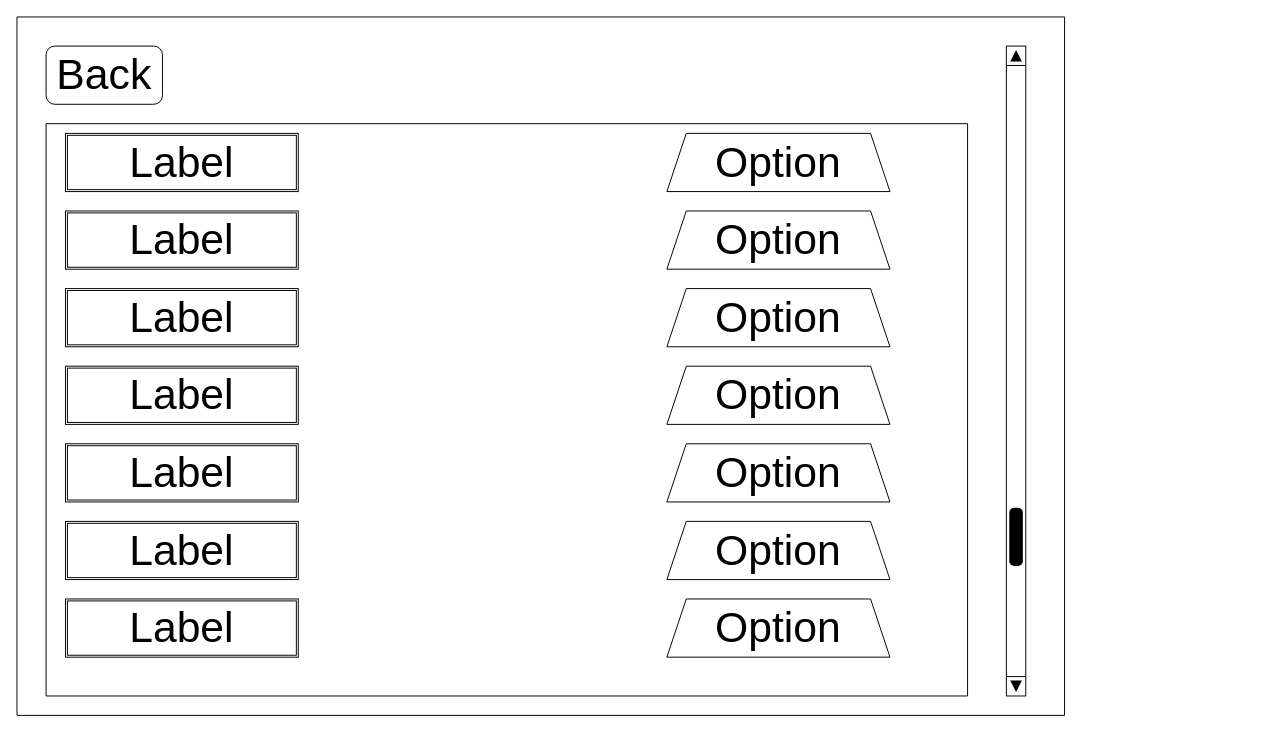
This is page "Accessibility Settings" (5 of 14) of Design/Project.drawio from PawekPL/Atlas-of-Dreams, a draw.io file, before an edit. Source tidied: cells renumbered, new cells numbered last; positions are measured from the earlier drawing's top-left corner, leaving out a move shared by most shapes. Both pictures are drawn from the tidied source at 97%, with x=0, y=0 at pixel (16, 16).
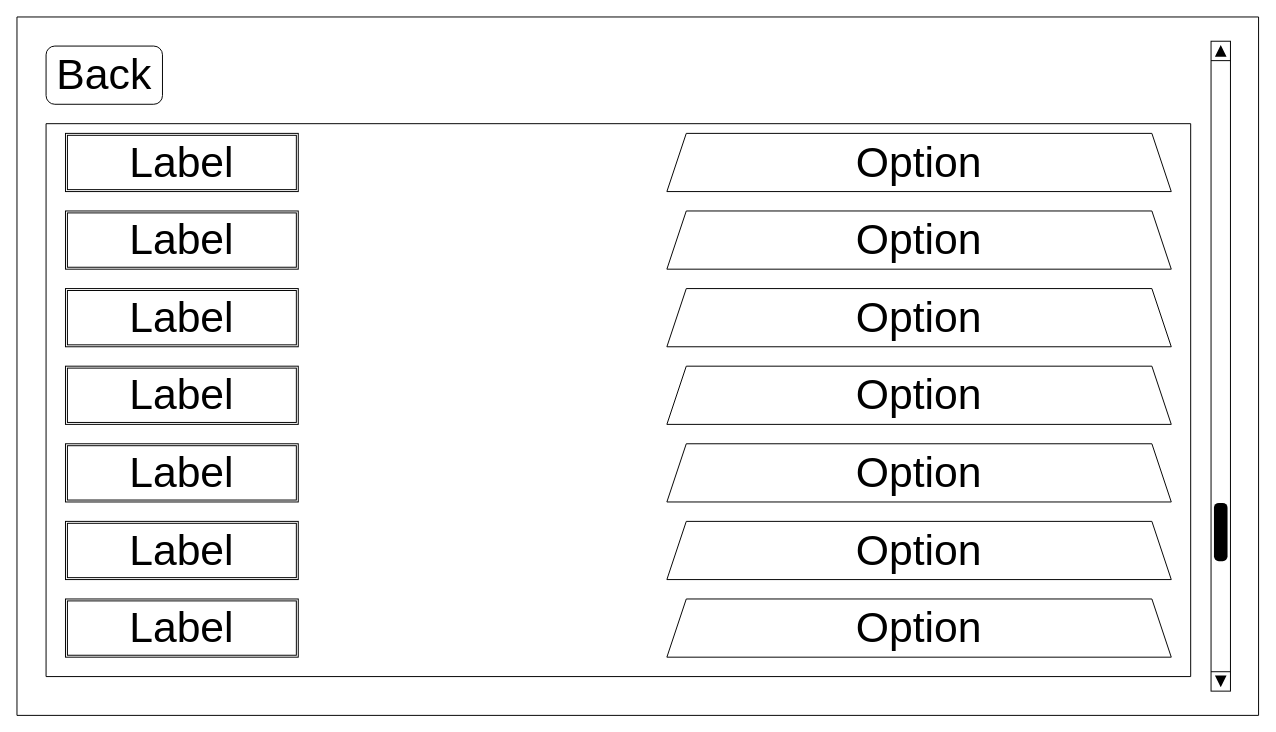
The same page after the edit.

Change to the diagram source:
```diff
@@
 <mxGraphModel>
   <root>
     <mxCell id="0" />
     <mxCell id="1" parent="0" />
     <mxCell id="2" style="swimlane;startSize=0;fontSize=44;" parent="1" vertex="1">
-      <mxGeometry width="1080" height="720" as="geometry" />
+      <mxGeometry width="1280" height="720" as="geometry" />
     </mxCell>
     <mxCell id="3" value="Back" style="rounded=1;whiteSpace=wrap;html=1;fontSize=44;" parent="2" vertex="1">
       <mxGeometry x="30" y="30" width="120" height="60" as="geometry" />
     </mxCell>
     <mxCell id="4" style="verticalLabelPosition=bottom;shadow=0;dashed=0;align=center;html=1;verticalAlign=top;strokeWidth=1;shape=mxgraph.mockup.navigation.scrollBar;barPos=20;fillColor2=#000000;strokeColor2=none;direction=north;fontSize=44;" parent="2" vertex="1">
-      <mxGeometry x="1020" y="30" width="20" height="670" as="geometry" />
+      <mxGeometry x="1231" y="25" width="20" height="670" as="geometry" />
     </mxCell>
     <mxCell id="5" style="swimlane;startSize=0;fontSize=61;" parent="2" vertex="1">
-      <mxGeometry x="30" y="110" width="950" height="590" as="geometry" />
+      <mxGeometry x="30" y="110" width="1180" height="570" as="geometry" />
     </mxCell>
-    <mxCell id="6" value="Option" style="shape=trapezoid;perimeter=trapezoidPerimeter;whiteSpace=wrap;html=1;fixedSize=1;fontSize=44;" parent="2" vertex="1">
-      <mxGeometry x="670" y="120" width="230" height="60" as="geometry" />
+    <mxCell id="6" value="Option" style="shape=trapezoid;perimeter=trapezoidPerimeter;whiteSpace=wrap;html=1;fixedSize=1;fontSize=44;" parent="5" vertex="1">
+      <mxGeometry x="640" y="10" width="520" height="60" as="geometry" />
     </mxCell>
+    <mxCell id="20" value="Option" style="shape=trapezoid;perimeter=trapezoidPerimeter;whiteSpace=wrap;html=1;fixedSize=1;fontSize=44;" parent="5" vertex="1">
+      <mxGeometry x="640" y="90" width="520" height="60" as="geometry" />
+    </mxCell>
+    <mxCell id="21" value="Option" style="shape=trapezoid;perimeter=trapezoidPerimeter;whiteSpace=wrap;html=1;fixedSize=1;fontSize=44;" parent="5" vertex="1">
+      <mxGeometry x="640" y="170" width="520" height="60" as="geometry" />
+    </mxCell>
+    <mxCell id="22" value="Option" style="shape=trapezoid;perimeter=trapezoidPerimeter;whiteSpace=wrap;html=1;fixedSize=1;fontSize=44;" parent="5" vertex="1">
+      <mxGeometry x="640" y="250" width="520" height="60" as="geometry" />
+    </mxCell>
+    <mxCell id="23" value="Option" style="shape=trapezoid;perimeter=trapezoidPerimeter;whiteSpace=wrap;html=1;fixedSize=1;fontSize=44;" parent="5" vertex="1">
+      <mxGeometry x="640" y="330" width="520" height="60" as="geometry" />
+    </mxCell>
+    <mxCell id="24" value="Option" style="shape=trapezoid;perimeter=trapezoidPerimeter;whiteSpace=wrap;html=1;fixedSize=1;fontSize=44;" parent="5" vertex="1">
+      <mxGeometry x="640" y="410" width="520" height="60" as="geometry" />
+    </mxCell>
+    <mxCell id="25" value="Option" style="shape=trapezoid;perimeter=trapezoidPerimeter;whiteSpace=wrap;html=1;fixedSize=1;fontSize=44;" parent="5" vertex="1">
+      <mxGeometry x="640" y="490" width="520" height="60" as="geometry" />
+    </mxCell>
     <mxCell id="7" value="Label" style="shape=ext;double=1;rounded=0;whiteSpace=wrap;html=1;fontSize=44;" parent="2" vertex="1">
       <mxGeometry x="50" y="120" width="240" height="60" as="geometry" />
     </mxCell>
-    <mxCell id="8" value="Option" style="shape=trapezoid;perimeter=trapezoidPerimeter;whiteSpace=wrap;html=1;fixedSize=1;fontSize=44;" parent="2" vertex="1">
-      <mxGeometry x="670" y="200" width="230" height="60" as="geometry" />
-    </mxCell>
     <mxCell id="9" value="Label" style="shape=ext;double=1;rounded=0;whiteSpace=wrap;html=1;fontSize=44;" parent="2" vertex="1">
       <mxGeometry x="50" y="200" width="240" height="60" as="geometry" />
     </mxCell>
-    <mxCell id="10" value="Option" style="shape=trapezoid;perimeter=trapezoidPerimeter;whiteSpace=wrap;html=1;fixedSize=1;fontSize=44;" parent="2" vertex="1">
-      <mxGeometry x="670" y="280" width="230" height="60" as="geometry" />
-    </mxCell>
     <mxCell id="11" value="Label" style="shape=ext;double=1;rounded=0;whiteSpace=wrap;html=1;fontSize=44;" parent="2" vertex="1">
       <mxGeometry x="50" y="280" width="240" height="60" as="geometry" />
     </mxCell>
-    <mxCell id="12" value="Option" style="shape=trapezoid;perimeter=trapezoidPerimeter;whiteSpace=wrap;html=1;fixedSize=1;fontSize=44;" parent="2" vertex="1">
-      <mxGeometry x="670" y="360" width="230" height="60" as="geometry" />
-    </mxCell>
     <mxCell id="13" value="Label" style="shape=ext;double=1;rounded=0;whiteSpace=wrap;html=1;fontSize=44;" parent="2" vertex="1">
       <mxGeometry x="50" y="360" width="240" height="60" as="geometry" />
     </mxCell>
-    <mxCell id="14" value="Option" style="shape=trapezoid;perimeter=trapezoidPerimeter;whiteSpace=wrap;html=1;fixedSize=1;fontSize=44;" parent="2" vertex="1">
-      <mxGeometry x="670" y="440" width="230" height="60" as="geometry" />
-    </mxCell>
     <mxCell id="15" value="Label" style="shape=ext;double=1;rounded=0;whiteSpace=wrap;html=1;fontSize=44;" parent="2" vertex="1">
       <mxGeometry x="50" y="440" width="240" height="60" as="geometry" />
     </mxCell>
-    <mxCell id="16" value="Option" style="shape=trapezoid;perimeter=trapezoidPerimeter;whiteSpace=wrap;html=1;fixedSize=1;fontSize=44;" parent="2" vertex="1">
-      <mxGeometry x="670" y="520" width="230" height="60" as="geometry" />
-    </mxCell>
     <mxCell id="17" value="Label" style="shape=ext;double=1;rounded=0;whiteSpace=wrap;html=1;fontSize=44;" parent="2" vertex="1">
       <mxGeometry x="50" y="520" width="240" height="60" as="geometry" />
     </mxCell>
-    <mxCell id="18" value="Option" style="shape=trapezoid;perimeter=trapezoidPerimeter;whiteSpace=wrap;html=1;fixedSize=1;fontSize=44;" parent="2" vertex="1">
-      <mxGeometry x="670" y="600" width="230" height="60" as="geometry" />
-    </mxCell>
     <mxCell id="19" value="Label" style="shape=ext;double=1;rounded=0;whiteSpace=wrap;html=1;fontSize=44;" parent="2" vertex="1">
       <mxGeometry x="50" y="600" width="240" height="60" as="geometry" />
     </mxCell>
   </root>
 </mxGraphModel>
```
